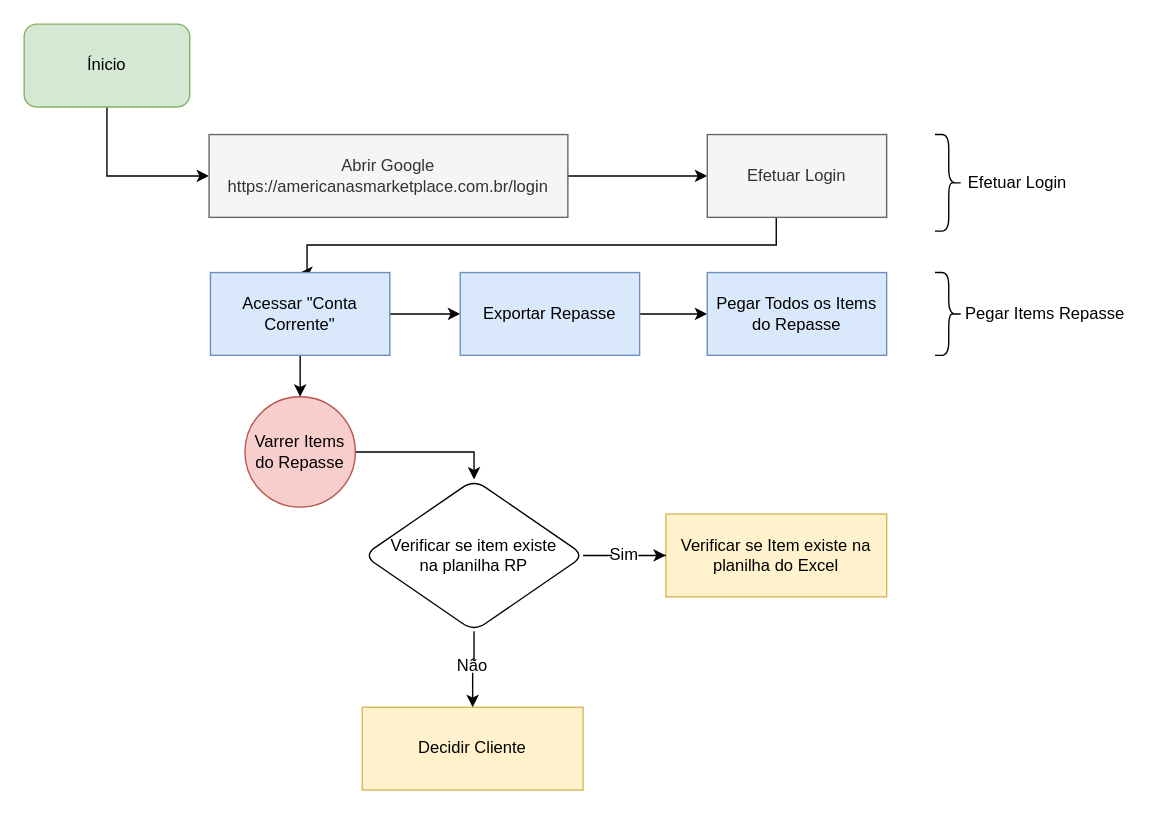
Jaogmar/Fluxogramas keeps this draw.io diagram as Oxford Fluxo.drawio. Above is the earlier version. Source tidied: cells renumbered, new cells numbered last; positions are measured from the earlier drawing's top-left corner, leaving out a move shared by most shapes. Both pictures are drawn from the tidied source at 138%, with x=0, y=0 at pixel (23, 23).
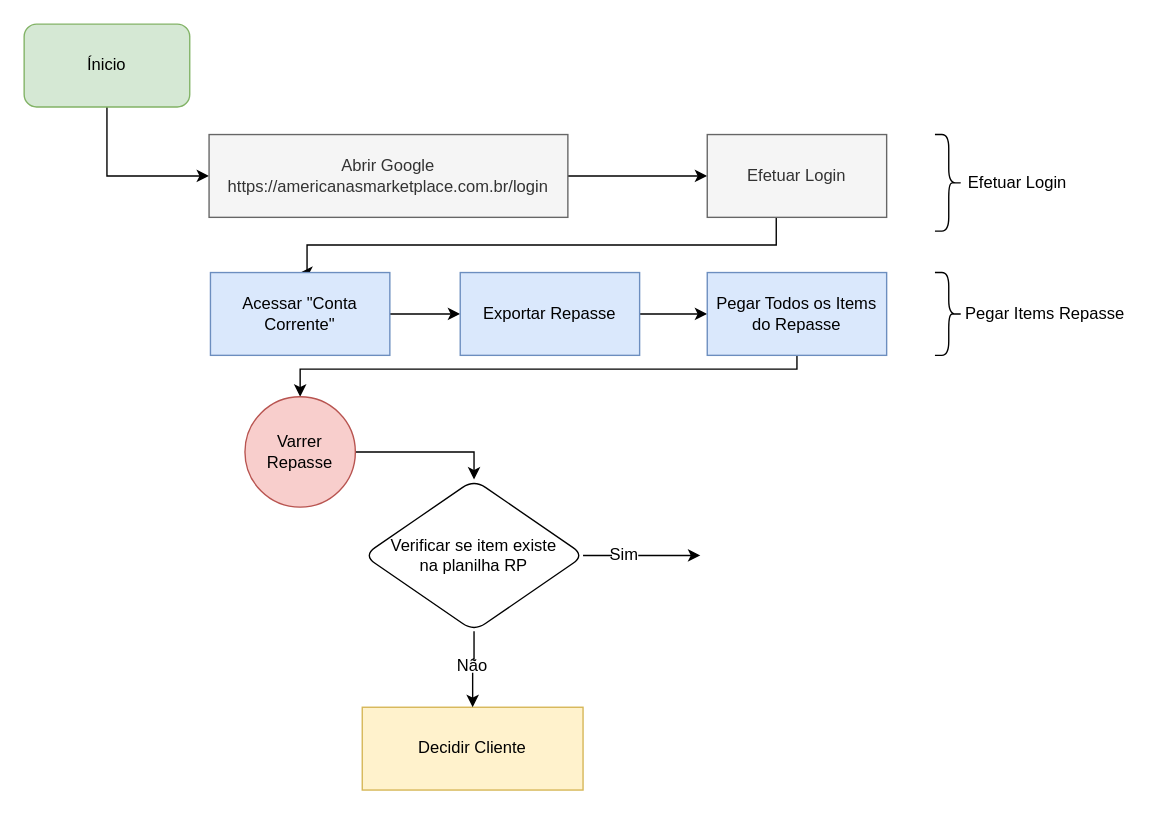
Above is the later version.

Unchanged cells that the change refers to:
```xml
<mxCell id="10" value="Acessar &quot;Conta Corrente&quot;" style="rounded=0;whiteSpace=wrap;html=1;fillColor=#dae8fc;strokeColor=#6c8ebf;" parent="1" vertex="1">
  <mxGeometry x="135" y="180" width="130" height="60" as="geometry" />
</mxCell>
<mxCell id="15" value="Pegar Todos os Items do Repasse" style="rounded=0;whiteSpace=wrap;html=1;fillColor=#dae8fc;strokeColor=#6c8ebf;" parent="1" vertex="1">
  <mxGeometry x="495" y="180" width="130" height="60" as="geometry" />
</mxCell>
<mxCell id="27" value="Sim" style="rounded=0;whiteSpace=wrap;html=1;fillColor=none;strokeColor=none;" parent="1" vertex="1">
  <mxGeometry x="425" y="380" width="20" height="10" as="geometry" />
</mxCell>
```

What changed in the source:
```diff
@@
-    <mxCell id="9" style="edgeStyle=orthogonalEdgeStyle;rounded=0;jettySize=auto;html=1;" parent="1" edge="1" source="10" target="20">
-      <mxGeometry relative="1" as="geometry" />
+    <mxCell id="9" style="edgeStyle=orthogonalEdgeStyle;rounded=0;jettySize=auto;html=1;exitX=0.5;exitY=1;exitDx=0;exitDy=0;" parent="1" edge="1" source="15" target="20">
+      <mxGeometry relative="1" as="geometry">
+        <Array as="points">
+          <mxPoint x="560" y="250" />
+          <mxPoint x="200" y="250" />
+        </Array>
+      </mxGeometry>
     </mxCell>
@@
-    <mxCell id="20" value="Varrer Items do Repasse" style="ellipse;whiteSpace=wrap;html=1;rounded=0;fillColor=#f8cecc;strokeColor=#b85450;" parent="1" vertex="1">
+    <mxCell id="20" value="Varrer Repasse" style="ellipse;whiteSpace=wrap;html=1;rounded=0;fillColor=#f8cecc;strokeColor=#b85450;" parent="1" vertex="1">
       <mxGeometry x="160" y="270" width="80" height="80" as="geometry" />
     </mxCell>
-    <mxCell id="21" value="Verificar se Item existe na planilha do Excel" style="rounded=0;whiteSpace=wrap;html=1;fillColor=#fff2cc;strokeColor=#d6b656;" parent="1" vertex="1">
-      <mxGeometry x="465" y="355" width="160" height="60" as="geometry" />
-    </mxCell>
-    <mxCell id="22" style="edgeStyle=orthogonalEdgeStyle;rounded=0;jettySize=auto;html=1;entryX=0;entryY=0.5;entryDx=0;entryDy=0;startArrow=none;" parent="1" edge="1" source="27" target="21">
-      <mxGeometry relative="1" as="geometry" />
+    <mxCell id="22" style="edgeStyle=orthogonalEdgeStyle;rounded=0;jettySize=auto;html=1;startArrow=none;" parent="1" edge="1" source="27">
+      <mxGeometry relative="1" as="geometry">
+        <mxPoint x="490" y="385" as="targetPoint" />
+      </mxGeometry>
     </mxCell>
```
